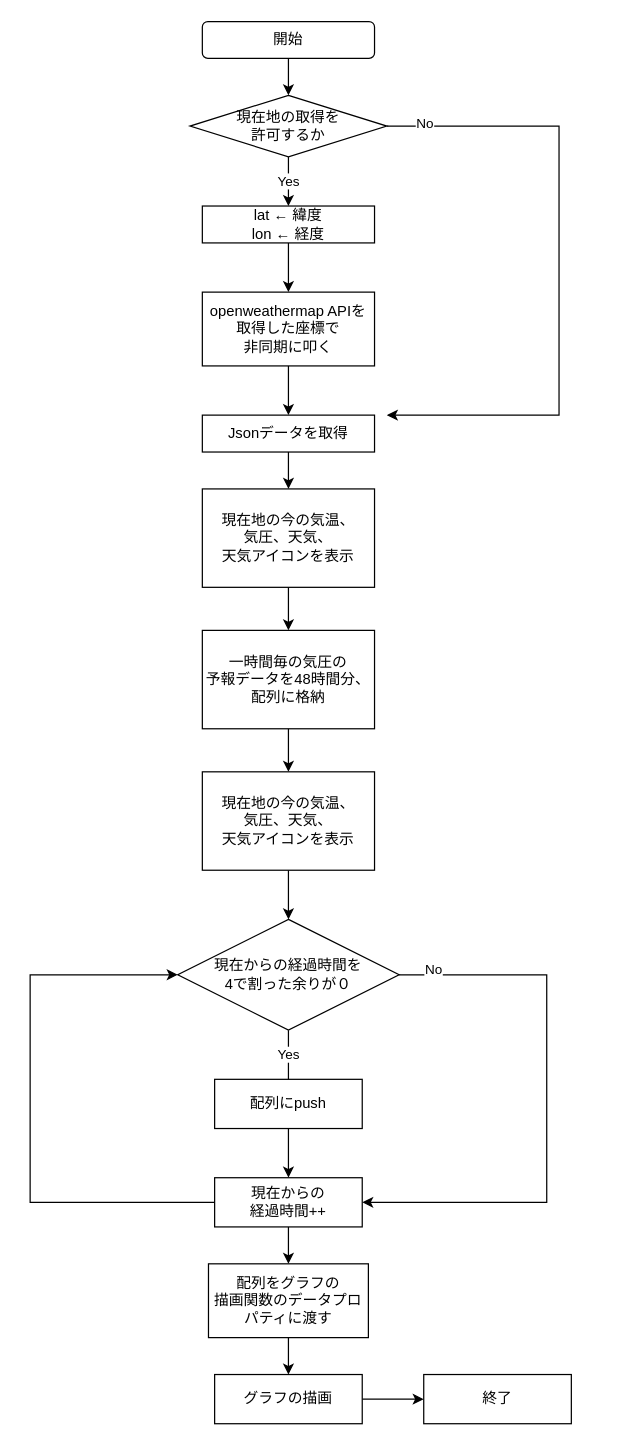
luckwell4869/Portfolio keeps this draw.io diagram as weather/chart.drawio. Above is the earlier version. Source tidied: cells renumbered, new cells numbered last; positions are measured from the earlier drawing's top-left corner, leaving out a move shared by most shapes. Both pictures are drawn from the tidied source at 123%, with x=0, y=0 at pixel (30, 21).
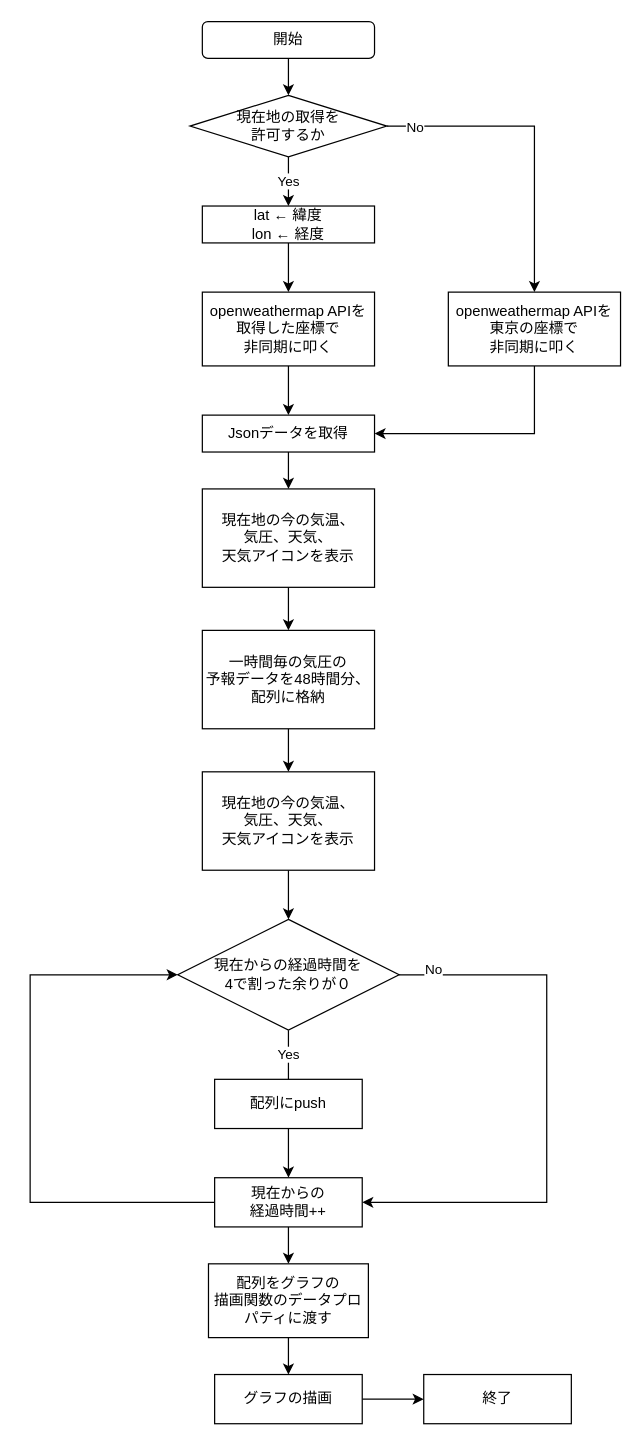
The same diagram, later.

Unchanged cells that the change refers to:
```xml
<mxCell id="7" value="&lt;span&gt;現在地の取得を&lt;/span&gt;&lt;br&gt;&lt;span&gt;許可するか&lt;/span&gt;" style="rhombus;whiteSpace=wrap;html=1;" parent="1" vertex="1">
  <mxGeometry x="130" y="60" width="160" height="50" as="geometry" />
</mxCell>
<mxCell id="13" value="Jsonデータを取得" style="rounded=0;whiteSpace=wrap;html=1;" parent="1" vertex="1">
  <mxGeometry x="140" y="320" width="140" height="30" as="geometry" />
</mxCell>
```

Diff of the diagram source:
```diff
@@
-    <mxCell id="4" style="edgeStyle=orthogonalEdgeStyle;rounded=0;jettySize=auto;html=1;exitX=1;exitY=0.5;exitDx=0;exitDy=0;" parent="1" edge="1" source="7">
+    <mxCell id="4" style="edgeStyle=orthogonalEdgeStyle;rounded=0;jettySize=auto;html=1;entryX=0.5;entryY=0;entryDx=0;entryDy=0;exitX=1;exitY=0.5;exitDx=0;exitDy=0;" parent="1" edge="1" source="7" target="35">
       <mxGeometry relative="1" as="geometry">
-        <mxPoint x="290" y="320" as="targetPoint" />
         <Array as="points">
-          <mxPoint x="430" y="85" />
-          <mxPoint x="430" y="320" />
-          <mxPoint x="290" y="320" />
+          <mxPoint x="410" y="85" />
         </Array>
       </mxGeometry>
     </mxCell>
     <mxCell id="5" value="No" style="edgeLabel;html=1;align=center;verticalAlign=middle;" parent="4" vertex="1">
       <mxGeometry x="-0.63" y="3" relative="1" as="geometry">
-        <mxPoint x="-65" as="offset" />
+        <mxPoint x="-25" y="3" as="offset" />
       </mxGeometry>
     </mxCell>
@@
+    <mxCell id="34" style="edgeStyle=orthogonalEdgeStyle;rounded=0;jettySize=auto;html=1;exitX=0.5;exitY=1;exitDx=0;exitDy=0;entryX=1;entryY=0.5;entryDx=0;entryDy=0;" parent="1" edge="1" source="35" target="13">
+      <mxGeometry relative="1" as="geometry" />
+    </mxCell>
+    <mxCell id="35" value="openweathermap APIを&lt;br&gt;東京の座標で&lt;br&gt;非同期に叩く" style="rounded=0;whiteSpace=wrap;html=1;" parent="1" vertex="1">
+      <mxGeometry x="340" y="220" width="140" height="60" as="geometry" />
+    </mxCell>
```
